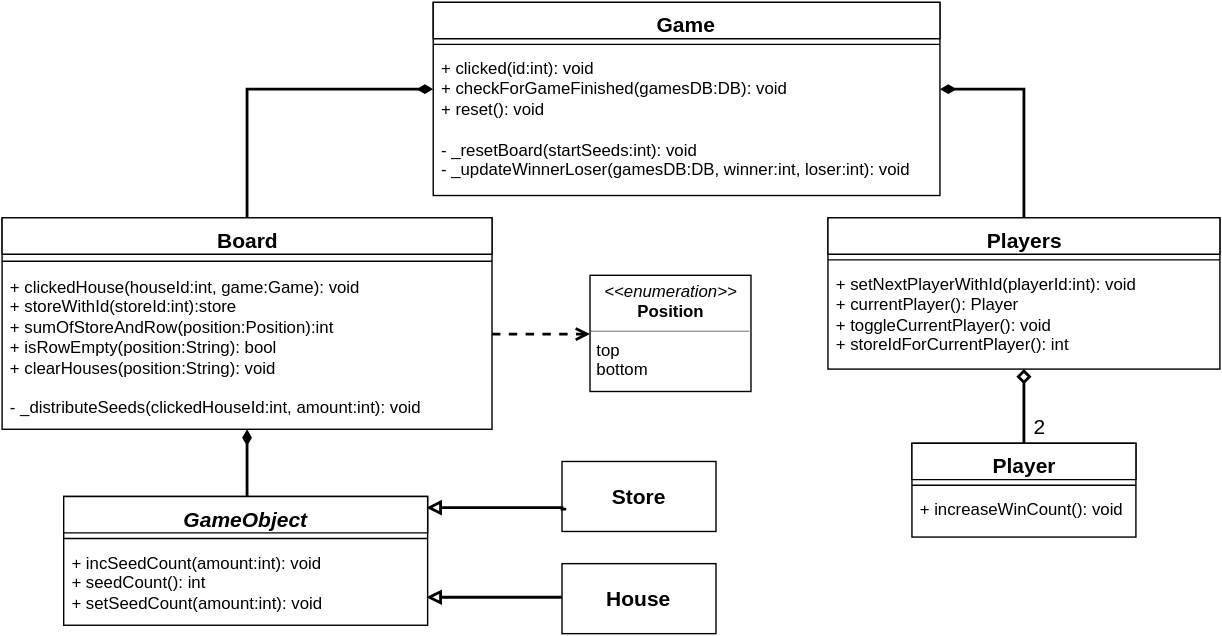
Earlier version of the draw.io export final_assignment/Diagrams/Classes.svg (Neanksl/XML2016). Source tidied: cells renumbered, new cells last; positions are measured from the earlier drawing's top-left corner, leaving out a move shared by most shapes.
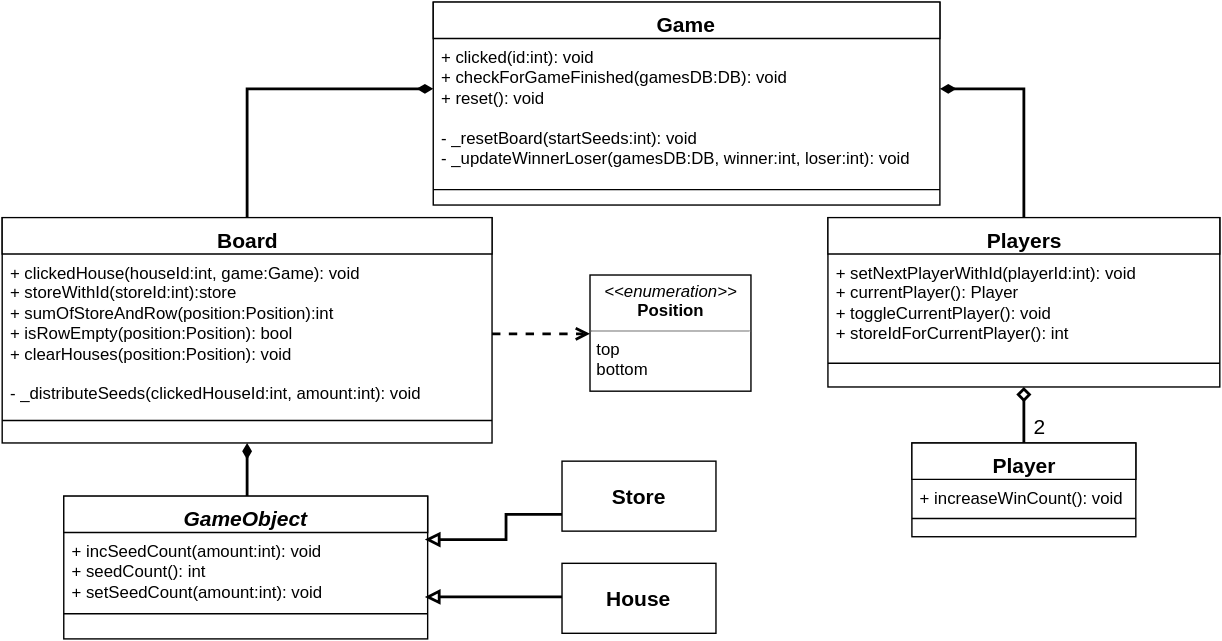
Above is the later version.

What changed in the source:
```diff
@@ -10,14 +10,14 @@
       </mxGeometry>
     </mxCell>
     <mxCell id="3" value="Board" style="swimlane;html=1;fontStyle=1;align=center;verticalAlign=top;horizontal=1;startSize=26;swimlaneFillColor=#ffffff;fontSize=15;" parent="1" vertex="1">
-      <mxGeometry y="154" width="350" height="151" as="geometry" />
+      <mxGeometry y="154" width="350" height="161" as="geometry" />
     </mxCell>
+    <mxCell id="5" value="+ clickedHouse(houseId:int, game:Game): void&lt;div&gt;+ storeWithId(storeId:int):store&lt;/div&gt;&lt;div&gt;+ sumOfStoreAndRow(position:Position):int&lt;/div&gt;&lt;div&gt;+ isRowEmpty(position:Position): bool&lt;/div&gt;&lt;div&gt;+ clearHouses(position:Position): void&lt;/div&gt;&lt;div&gt;&lt;br&gt;&lt;/div&gt;&lt;div&gt;- _distributeSeeds(clickedHouseId:int, amount:int): void&lt;/div&gt;&lt;div&gt;&lt;br&gt;&lt;/div&gt;" style="text;html=1;strokeColor=none;fillColor=none;align=left;verticalAlign=top;spacingLeft=4;spacingRight=4;whiteSpace=wrap;overflow=hidden;points=[[0,0.5],[1,0.5]];portConstraint=eastwest;" parent="3" vertex="1">
+      <mxGeometry y="26" width="350" height="114" as="geometry" />
+    </mxCell>
     <mxCell id="4" style="line;html=1;strokeWidth=1;fillColor=none;align=left;verticalAlign=middle;spacingTop=-1;spacingLeft=3;spacingRight=3;labelPosition=right;" parent="3" vertex="1">
-      <mxGeometry y="26" width="350" height="10" as="geometry" />
+      <mxGeometry y="140" width="350" height="10" as="geometry" />
     </mxCell>
-    <mxCell id="5" value="+ clickedHouse(houseId:int, game:Game): void&lt;div&gt;+ storeWithId(storeId:int):store&lt;/div&gt;&lt;div&gt;+ sumOfStoreAndRow(position:Position):int&lt;/div&gt;&lt;div&gt;+ isRowEmpty(position:String): bool&lt;/div&gt;&lt;div&gt;+ clearHouses(position:String): void&lt;/div&gt;&lt;div&gt;&lt;br&gt;&lt;/div&gt;&lt;div&gt;- _distributeSeeds(clickedHouseId:int, amount:int): void&lt;/div&gt;&lt;div&gt;&lt;br&gt;&lt;/div&gt;" style="text;html=1;strokeColor=none;fillColor=none;align=left;verticalAlign=top;spacingLeft=4;spacingRight=4;whiteSpace=wrap;overflow=hidden;points=[[0,0.5],[1,0.5]];portConstraint=eastwest;" parent="3" vertex="1">
-      <mxGeometry y="36" width="350" height="114" as="geometry" />
-    </mxCell>
     <mxCell id="6" value="&lt;p style=&quot;margin: 0px ; margin-top: 4px ; text-align: center&quot;&gt;&lt;i&gt;&amp;lt;&amp;lt;enumeration&amp;gt;&amp;gt;&lt;/i&gt;&lt;br&gt;&lt;b&gt;Position&lt;/b&gt;&lt;/p&gt;&lt;hr size=&quot;1&quot;&gt;&lt;p style=&quot;margin: 0px ; margin-left: 4px&quot;&gt;top&lt;/p&gt;&lt;p style=&quot;margin: 0px ; margin-left: 4px&quot;&gt;bottom&lt;/p&gt;" style="verticalAlign=top;align=left;overflow=fill;fontSize=12;fontFamily=Helvetica;html=1;" parent="1" vertex="1">
       <mxGeometry x="420" y="195" width="115" height="83" as="geometry" />
     </mxCell>
@@ -29,26 +29,34 @@
       </mxGeometry>
     </mxCell>
     <mxCell id="8" value="&lt;i&gt;GameObject&lt;/i&gt;" style="swimlane;html=1;fontStyle=1;align=center;verticalAlign=top;horizontal=1;startSize=26;swimlaneFillColor=#ffffff;fontSize=15;" parent="1" vertex="1">
-      <mxGeometry x="44" y="353" width="260" height="92" as="geometry" />
+      <mxGeometry x="44" y="353" width="260" height="102" as="geometry" />
     </mxCell>
+    <mxCell id="10" value="+ incSeedCount(amount:int): void&lt;div&gt;+ seedCount(): int&lt;/div&gt;&lt;div&gt;+ setSeedCount(amount:int): void&lt;br&gt;&lt;/div&gt;" style="text;html=1;strokeColor=none;fillColor=none;align=left;verticalAlign=top;spacingLeft=4;spacingRight=4;whiteSpace=wrap;overflow=hidden;points=[[0,0.5],[1,0.5]];portConstraint=eastwest;" parent="8" vertex="1">
+      <mxGeometry y="26" width="260" height="54" as="geometry" />
+    </mxCell>
     <mxCell id="9" style="line;html=1;strokeWidth=1;fillColor=none;align=left;verticalAlign=middle;spacingTop=-1;spacingLeft=3;spacingRight=3;labelPosition=right;" parent="8" vertex="1">
-      <mxGeometry y="26" width="260" height="8" as="geometry" />
+      <mxGeometry y="80" width="260" height="8" as="geometry" />
     </mxCell>
-    <mxCell id="10" value="+ incSeedCount(amount:int): void&lt;div&gt;+ seedCount(): int&lt;/div&gt;&lt;div&gt;+ setSeedCount(amount:int): void&lt;br&gt;&lt;/div&gt;" style="text;html=1;strokeColor=none;fillColor=none;align=left;verticalAlign=top;spacingLeft=4;spacingRight=4;whiteSpace=wrap;overflow=hidden;points=[[0,0.5],[1,0.5]];portConstraint=eastwest;" parent="8" vertex="1">
-      <mxGeometry y="34" width="260" height="54" as="geometry" />
-    </mxCell>
     <mxCell id="11" style="edgeStyle=orthogonalEdgeStyle;rounded=0;html=1;exitX=0;exitY=0.5;endArrow=block;endFill=0;jettySize=auto;orthogonalLoop=1;strokeWidth=2;fontSize=15;" parent="1" edge="1">
       <mxGeometry relative="1" as="geometry">
-        <mxPoint x="403" y="426" as="sourcePoint" />
-        <mxPoint x="303" y="425" as="targetPoint" />
+        <mxPoint x="402" y="426" as="sourcePoint" />
+        <mxPoint x="302" y="425" as="targetPoint" />
         <Array as="points">
-          <mxPoint x="403" y="425" />
+          <mxPoint x="402" y="425" />
         </Array>
       </mxGeometry>
     </mxCell>
     <mxCell id="12" value="&lt;b&gt;House&lt;/b&gt;" style="html=1;fontSize=15;" parent="1" vertex="1">
       <mxGeometry x="400" y="401" width="110" height="50" as="geometry" />
     </mxCell>
+    <mxCell id="29" style="edgeStyle=orthogonalEdgeStyle;rounded=0;html=1;exitX=0;exitY=0.75;endArrow=block;endFill=0;jettySize=auto;strokeWidth=2;fontSize=15;entryX=0.992;entryY=0.093;entryPerimeter=0;" parent="1" edge="1" source="13" target="10">
+      <mxGeometry relative="1" as="geometry">
+        <Array as="points">
+          <mxPoint x="360" y="366" />
+          <mxPoint x="360" y="384" />
+        </Array>
+      </mxGeometry>
+    </mxCell>
     <mxCell id="13" value="&lt;b&gt;Store&lt;/b&gt;" style="html=1;fontSize=15;" parent="1" vertex="1">
       <mxGeometry x="400" y="328" width="110" height="50" as="geometry" />
     </mxCell>
@@ -60,26 +68,26 @@
       </mxGeometry>
     </mxCell>
     <mxCell id="15" value="Players" style="swimlane;html=1;fontStyle=1;align=center;verticalAlign=top;horizontal=1;startSize=26;swimlaneFillColor=#ffffff;fontSize=15;" parent="1" vertex="1">
-      <mxGeometry x="590" y="154" width="280" height="108" as="geometry" />
+      <mxGeometry x="590" y="154" width="280" height="121" as="geometry" />
     </mxCell>
+    <mxCell id="17" value="+ setNextPlayerWithId(playerId:int): void&lt;div&gt;+ currentPlayer(): Player&lt;/div&gt;&lt;div&gt;+ toggleCurrentPlayer(): void&lt;/div&gt;&lt;div&gt;+ storeIdForCurrentPlayer(): int&lt;/div&gt;&lt;div&gt;&lt;br&gt;&lt;/div&gt;" style="text;html=1;strokeColor=none;fillColor=none;align=left;verticalAlign=top;spacingLeft=4;spacingRight=4;whiteSpace=wrap;overflow=hidden;" parent="15" vertex="1">
+      <mxGeometry y="26" width="280" height="74" as="geometry" />
+    </mxCell>
     <mxCell id="16" style="line;html=1;strokeWidth=1;fillColor=none;align=left;verticalAlign=middle;spacingTop=-1;spacingLeft=3;spacingRight=3;labelPosition=right;" parent="15" vertex="1">
-      <mxGeometry y="26" width="280" height="8" as="geometry" />
+      <mxGeometry y="100" width="280" height="8" as="geometry" />
     </mxCell>
-    <mxCell id="17" value="+ setNextPlayerWithId(playerId:int): void&lt;div&gt;+ currentPlayer(): Player&lt;/div&gt;&lt;div&gt;+ toggleCurrentPlayer(): void&lt;/div&gt;&lt;div&gt;+ storeIdForCurrentPlayer(): int&lt;/div&gt;&lt;div&gt;&lt;br&gt;&lt;/div&gt;" style="text;html=1;strokeColor=none;fillColor=none;align=left;verticalAlign=top;spacingLeft=4;spacingRight=4;whiteSpace=wrap;overflow=hidden;" parent="15" vertex="1">
-      <mxGeometry y="34" width="280" height="74" as="geometry" />
-    </mxCell>
     <mxCell id="18" style="edgeStyle=orthogonalEdgeStyle;rounded=0;html=1;exitX=0.5;exitY=0;entryX=0.5;entryY=1;endArrow=diamond;endFill=0;jettySize=auto;strokeWidth=2;fontSize=15;" parent="1" edge="1" source="19" target="15">
       <mxGeometry relative="1" as="geometry" />
     </mxCell>
     <mxCell id="19" value="Player" style="swimlane;html=1;fontStyle=1;align=center;verticalAlign=top;horizontal=1;startSize=26;swimlaneFillColor=#ffffff;fontSize=15;" parent="1" vertex="1">
       <mxGeometry x="650" y="315" width="160" height="67" as="geometry" />
     </mxCell>
+    <mxCell id="21" value="+ increaseWinCount(): void" style="text;html=1;strokeColor=none;fillColor=none;align=left;verticalAlign=top;spacingLeft=4;spacingRight=4;whiteSpace=wrap;overflow=hidden;" parent="19" vertex="1">
+      <mxGeometry y="26" width="160" height="24" as="geometry" />
+    </mxCell>
     <mxCell id="20" style="line;html=1;strokeWidth=1;fillColor=none;align=left;verticalAlign=middle;spacingTop=-1;spacingLeft=3;spacingRight=3;labelPosition=right;" parent="19" vertex="1">
-      <mxGeometry y="26" width="160" height="8" as="geometry" />
+      <mxGeometry y="50" width="160" height="8" as="geometry" />
     </mxCell>
-    <mxCell id="21" value="+ increaseWinCount(): void" style="text;html=1;strokeColor=none;fillColor=none;align=left;verticalAlign=top;spacingLeft=4;spacingRight=4;whiteSpace=wrap;overflow=hidden;" parent="19" vertex="1">
-      <mxGeometry y="34" width="160" height="24" as="geometry" />
-    </mxCell>
     <mxCell id="22" style="edgeStyle=orthogonalEdgeStyle;rounded=0;html=1;entryX=0;entryY=0.5;endArrow=open;endFill=0;jettySize=auto;strokeWidth=2;fontSize=15;dashed=1;" parent="1" edge="1" source="5" target="6">
       <mxGeometry relative="1" as="geometry">
         <Array as="points">
@@ -92,26 +100,13 @@
       <mxGeometry x="721" y="293" width="40" height="20" as="geometry" />
     </mxCell>
     <mxCell id="24" value="Game" style="swimlane;html=1;fontStyle=1;align=center;verticalAlign=top;horizontal=1;startSize=26;swimlaneFillColor=#ffffff;fontSize=15;" parent="1" vertex="1">
-      <mxGeometry x="308" width="362" height="138" as="geometry" />
+      <mxGeometry x="308" width="362" height="145" as="geometry" />
     </mxCell>
+    <mxCell id="26" value="+ clicked(id:int): void&lt;div&gt;+ checkForGameFinished(gamesDB:DB): void&lt;/div&gt;&lt;div&gt;+ reset(): void&lt;/div&gt;&lt;div&gt;&lt;br&gt;&lt;/div&gt;&lt;div&gt;- _resetBoard(startSeeds:int): void&lt;/div&gt;&lt;div&gt;- _updateWinnerLoser(gamesDB:DB, winner:int, loser:int): void&lt;/div&gt;" style="text;html=1;strokeColor=none;fillColor=none;align=left;verticalAlign=top;spacingLeft=4;spacingRight=4;whiteSpace=wrap;overflow=hidden;" parent="24" vertex="1">
+      <mxGeometry y="26" width="362" height="104" as="geometry" />
+    </mxCell>
     <mxCell id="25" style="line;html=1;strokeWidth=1;fillColor=none;align=left;verticalAlign=middle;spacingTop=-1;spacingLeft=3;spacingRight=3;labelPosition=right;" parent="24" vertex="1">
-      <mxGeometry y="26" width="362" height="8" as="geometry" />
+      <mxGeometry y="130" width="362" height="8" as="geometry" />
     </mxCell>
-    <mxCell id="26" value="+ clicked(id:int): void&lt;div&gt;+ checkForGameFinished(gamesDB:DB): void&lt;/div&gt;&lt;div&gt;+ reset(): void&lt;/div&gt;&lt;div&gt;&lt;br&gt;&lt;/div&gt;&lt;div&gt;- _resetBoard(startSeeds:int): void&lt;/div&gt;&lt;div&gt;- _updateWinnerLoser(gamesDB:DB, winner:int, loser:int): void&lt;/div&gt;" style="text;html=1;strokeColor=none;fillColor=none;align=left;verticalAlign=top;spacingLeft=4;spacingRight=4;whiteSpace=wrap;overflow=hidden;" parent="24" vertex="1">
-      <mxGeometry y="34" width="362" height="104" as="geometry" />
-    </mxCell>
-    <mxCell id="27" style="edgeStyle=orthogonalEdgeStyle;rounded=0;html=1;exitX=0.75;exitY=0;entryX=0.75;entryY=0;jettySize=auto;orthogonalLoop=1;fontSize=19;" parent="1" edge="1" source="15" target="15">
-      <mxGeometry relative="1" as="geometry" />
-    </mxCell>
-    <mxCell id="28" style="edgeStyle=orthogonalEdgeStyle;rounded=0;html=1;exitX=0;exitY=0.5;endArrow=block;endFill=0;jettySize=auto;orthogonalLoop=1;strokeWidth=2;fontSize=15;" parent="1" edge="1">
-      <mxGeometry x="-1167" y="166" as="geometry">
-        <mxPoint x="403" y="362" as="sourcePoint" />
-        <mxPoint x="303" y="361" as="targetPoint" />
-        <Array as="points">
-          <mxPoint x="400" y="362" />
-          <mxPoint x="400" y="361" />
-        </Array>
-      </mxGeometry>
-    </mxCell>
   </root>
 </mxGraphModel>
```
